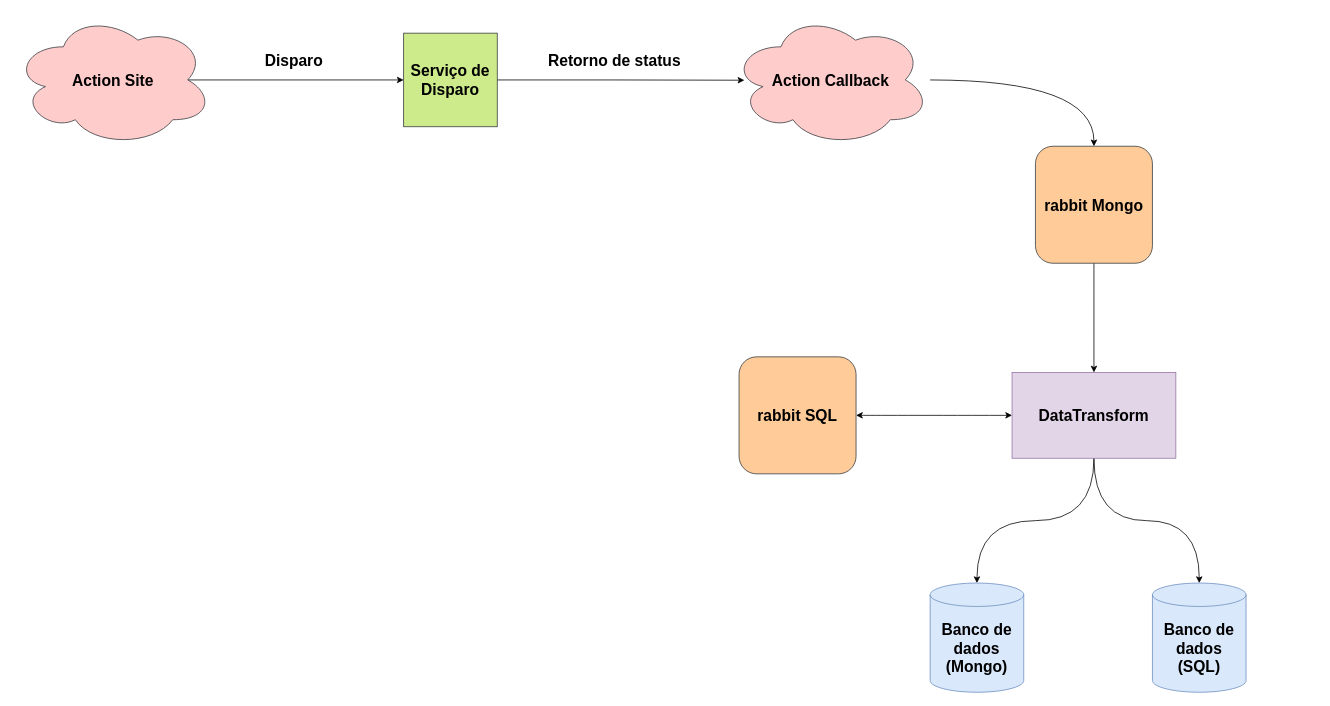
MsoaresHiper/hiperDCR keeps this draw.io diagram as Diagrama sem nome.drawio. Above is the earlier version. Source tidied: cells renumbered, new cells numbered last; positions are measured from the earlier drawing's top-left corner, leaving out a move shared by most shapes. Both pictures are drawn from the tidied source at 78%, with x=0, y=0 at pixel (13, 13).
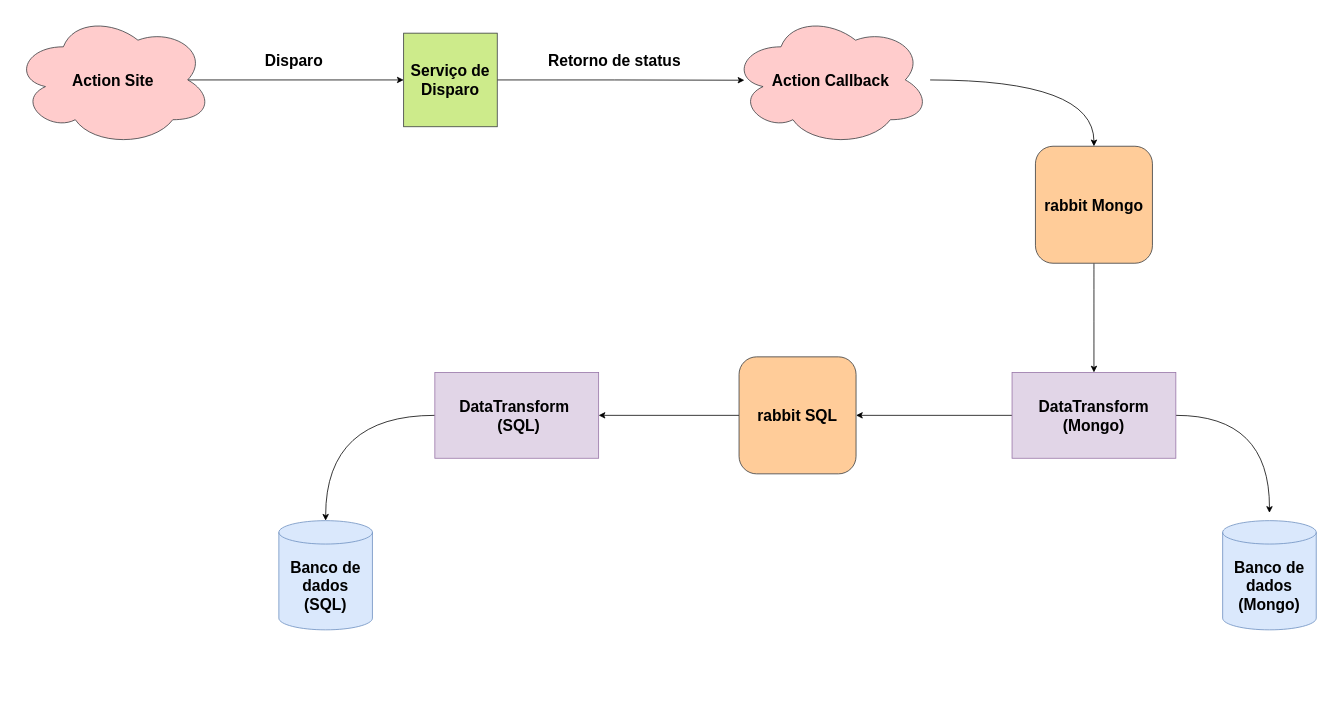
After the change.

Commit message:
CALLBACK FLUXO

Unchanged cells that the change refers to:
```xml
<mxCell id="13" value="&lt;b&gt;rabbit SQL&lt;/b&gt;" style="whiteSpace=wrap;html=1;fontSize=20;fillColor=#ffcc99;strokeColor=#36393d;rounded=1;" parent="1" vertex="1">
  <mxGeometry x="930" y="440" width="150" height="150" as="geometry" />
</mxCell>
```

What changed in the source:
```diff
@@
-    <mxCell id="4" value="&lt;b&gt;Banco de dados (SQL)&lt;/b&gt;" style="shape=cylinder3;whiteSpace=wrap;html=1;boundedLbl=1;backgroundOutline=1;size=15;fontSize=20;fillColor=#dae8fc;strokeColor=#6c8ebf;" parent="1" vertex="1">
-      <mxGeometry x="1460" y="730" width="120" height="140" as="geometry" />
+    <mxCell id="4" value="&lt;b&gt;Banco de dados (Mongo)&lt;/b&gt;" style="shape=cylinder3;whiteSpace=wrap;html=1;boundedLbl=1;backgroundOutline=1;size=15;fontSize=20;fillColor=#dae8fc;strokeColor=#6c8ebf;" parent="1" vertex="1">
+      <mxGeometry x="1550" y="650" width="120" height="140" as="geometry" />
     </mxCell>
@@
+    <mxCell id="19" style="edgeStyle=orthogonalEdgeStyle;rounded=0;jettySize=auto;html=1;entryX=1;entryY=0.5;entryDx=0;entryDy=0;" parent="1" edge="1" source="13" target="23">
+      <mxGeometry relative="1" as="geometry" />
+    </mxCell>
@@
-    <mxCell id="14" style="edgeStyle=orthogonalEdgeStyle;curved=1;jettySize=auto;html=1;entryX=0.5;entryY=0;entryDx=0;entryDy=0;entryPerimeter=0;fontSize=20;" parent="1" edge="1" source="16" target="17">
-      <mxGeometry relative="1" as="geometry" />
-    </mxCell>
-    <mxCell id="15" style="edgeStyle=orthogonalEdgeStyle;curved=1;jettySize=auto;html=1;entryX=0.5;entryY=0;entryDx=0;entryDy=0;entryPerimeter=0;fontSize=20;" parent="1" edge="1" source="16" target="4">
-      <mxGeometry relative="1" as="geometry" />
-    </mxCell>
+    <mxCell id="20" style="edgeStyle=orthogonalEdgeStyle;rounded=0;jettySize=auto;html=1;entryX=1;entryY=0.5;entryDx=0;entryDy=0;" parent="1" edge="1" source="16" target="13">
+      <mxGeometry relative="1" as="geometry" />
+    </mxCell>
+    <mxCell id="21" style="edgeStyle=orthogonalEdgeStyle;jettySize=auto;html=1;curved=1;" parent="1" edge="1" source="16">
+      <mxGeometry relative="1" as="geometry">
+        <mxPoint x="1610" y="640" as="targetPoint" />
+      </mxGeometry>
+    </mxCell>
-    <mxCell id="16" value="&lt;font style=&quot;font-size: 20px;&quot;&gt;&lt;b&gt;DataTransform&lt;/b&gt;&lt;/font&gt;" style="rounded=0;whiteSpace=wrap;html=1;fillColor=#e1d5e7;strokeColor=#9673a6;" parent="1" vertex="1">
+    <mxCell id="16" value="&lt;font style=&quot;font-size: 20px;&quot;&gt;&lt;b&gt;DataTransform (Mongo)&lt;/b&gt;&lt;/font&gt;" style="rounded=0;whiteSpace=wrap;html=1;fillColor=#e1d5e7;strokeColor=#9673a6;" parent="1" vertex="1">
       <mxGeometry x="1280" y="460" width="210" height="110" as="geometry" />
     </mxCell>
-    <mxCell id="17" value="&lt;b&gt;Banco de dados (Mongo)&lt;/b&gt;" style="shape=cylinder3;whiteSpace=wrap;html=1;boundedLbl=1;backgroundOutline=1;size=15;fontSize=20;fillColor=#dae8fc;strokeColor=#6c8ebf;" parent="1" vertex="1">
-      <mxGeometry x="1175" y="730" width="120" height="140" as="geometry" />
+    <mxCell id="17" value="&lt;b&gt;Banco de dados (SQL)&lt;/b&gt;" style="shape=cylinder3;whiteSpace=wrap;html=1;boundedLbl=1;backgroundOutline=1;size=15;fontSize=20;fillColor=#dae8fc;strokeColor=#6c8ebf;" parent="1" vertex="1">
+      <mxGeometry x="340" y="650" width="120" height="140" as="geometry" />
     </mxCell>
-    <mxCell id="18" style="endArrow=classic;startArrow=classic;html=1;fontSize=20;curved=1;entryX=0;entryY=0.5;entryDx=0;entryDy=0;exitX=1;exitY=0.5;exitDx=0;exitDy=0;" parent="1" edge="1" source="13" target="16">
-      <mxGeometry relative="1" as="geometry" />
-    </mxCell>
+    <mxCell id="22" style="edgeStyle=orthogonalEdgeStyle;curved=1;jettySize=auto;html=1;entryX=0.5;entryY=0;entryDx=0;entryDy=0;entryPerimeter=0;" parent="1" edge="1" source="23" target="17">
+      <mxGeometry relative="1" as="geometry" />
+    </mxCell>
+    <mxCell id="23" value="&lt;font style=&quot;font-size: 20px;&quot;&gt;&lt;b&gt;DataTransform&amp;nbsp; &amp;nbsp;(SQL)&lt;/b&gt;&lt;/font&gt;" style="rounded=0;whiteSpace=wrap;html=1;fillColor=#e1d5e7;strokeColor=#9673a6;" parent="1" vertex="1">
+      <mxGeometry x="540" y="460" width="210" height="110" as="geometry" />
+    </mxCell>
```
